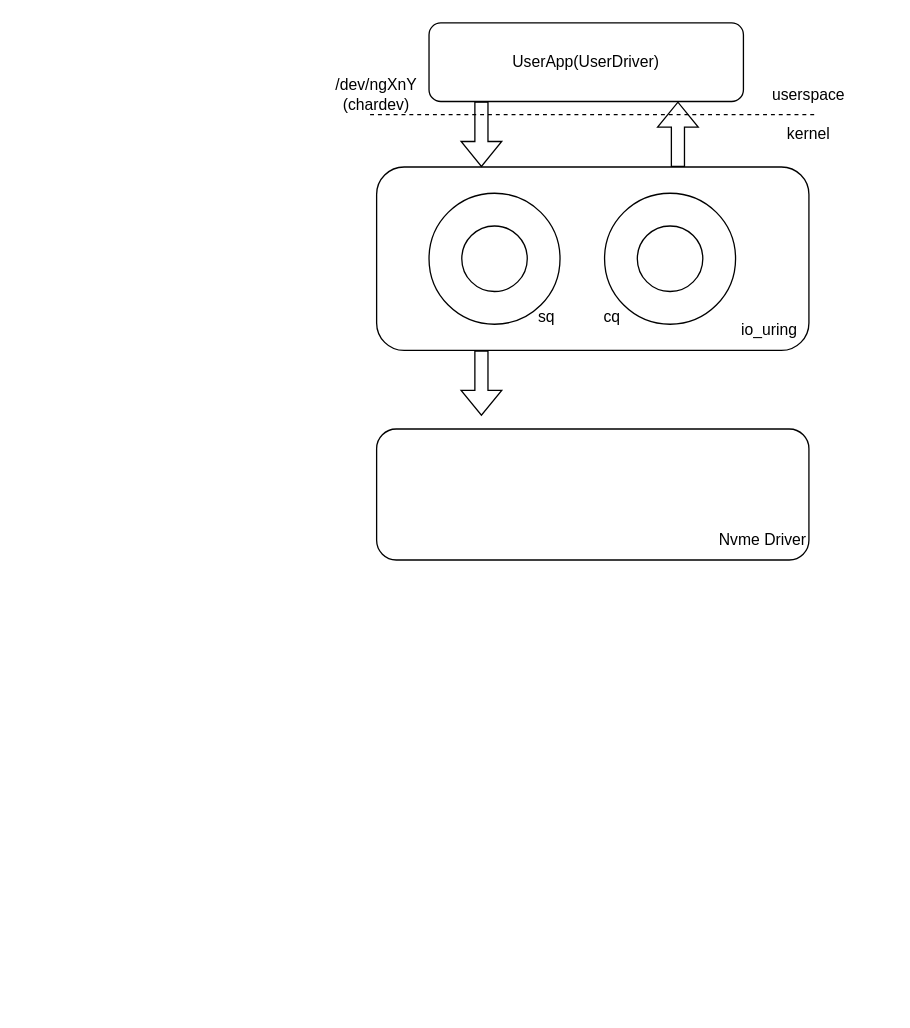
jdmfr/dormouse keeps this draw.io diagram as test1.drawio. Above is the earlier version. Source tidied: cells renumbered, new cells numbered last; positions are measured from the earlier drawing's top-left corner, leaving out a move shared by most shapes. Both pictures are drawn from the tidied source at 131%, with x=0, y=0 at pixel (337, 22).
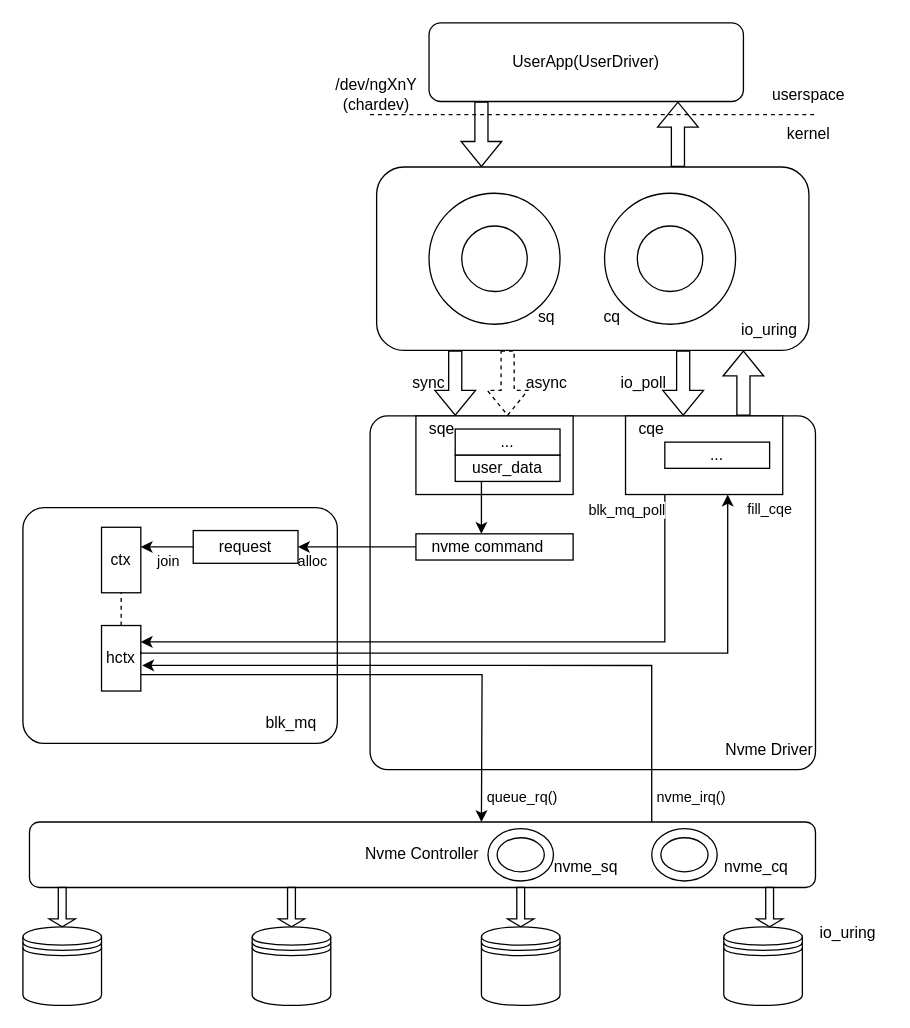
The same diagram, later.

The edit, as a diff of the source:
```diff
@@
     <mxCell id="15" style="shape=flexArrow;endArrow=classic;html=1;rounded=0;edgeStyle=orthogonalEdgeStyle;" parent="1" edge="1">
       <mxGeometry relative="1" as="geometry">
-        <mxPoint x="110" y="250" as="sourcePoint" />
-        <mxPoint x="110" y="300" as="targetPoint" />
+        <mxPoint x="90" y="250" as="sourcePoint" />
+        <mxPoint x="90" y="300" as="targetPoint" />
       </mxGeometry>
     </mxCell>
-    <mxCell id="16" style="rounded=1;whiteSpace=wrap;html=1;" parent="1" vertex="1">
-      <mxGeometry x="30" y="310" width="330" height="100" as="geometry" />
+    <mxCell id="16" style="rounded=1;whiteSpace=wrap;html=1;arcSize=5;" parent="1" vertex="1">
+      <mxGeometry x="25" y="300" width="340" height="270" as="geometry" />
     </mxCell>
     <mxCell id="17" value="Nvme Driver" style="text;html=1;strokeColor=none;fillColor=none;align=center;verticalAlign=middle;whiteSpace=wrap;rounded=0;" parent="1" vertex="1">
-      <mxGeometry x="290" y="380" width="70" height="30" as="geometry" />
+      <mxGeometry x="295" y="540" width="70" height="30" as="geometry" />
     </mxCell>
+    <mxCell id="18" style="shape=flexArrow;endArrow=classic;html=1;rounded=0;edgeStyle=orthogonalEdgeStyle;dashed=1;" parent="1" edge="1">
+      <mxGeometry relative="1" as="geometry">
+        <mxPoint x="130" y="250" as="sourcePoint" />
+        <mxPoint x="130" y="300" as="targetPoint" />
+      </mxGeometry>
+    </mxCell>
+    <mxCell id="19" value="sync" style="text;html=1;strokeColor=none;fillColor=none;align=center;verticalAlign=middle;whiteSpace=wrap;rounded=0;" parent="1" vertex="1">
+      <mxGeometry x="40" y="260" width="60" height="30" as="geometry" />
+    </mxCell>
+    <mxCell id="20" value="async" style="text;html=1;strokeColor=none;fillColor=none;align=center;verticalAlign=middle;whiteSpace=wrap;rounded=0;" parent="1" vertex="1">
+      <mxGeometry x="130" y="260" width="60" height="30" as="geometry" />
+    </mxCell>
+    <mxCell id="21" style="rounded=0;whiteSpace=wrap;html=1;" parent="1" vertex="1">
+      <mxGeometry x="60" y="300" width="120" height="60" as="geometry" />
+    </mxCell>
+    <mxCell id="22" value="sqe" style="text;html=1;strokeColor=none;fillColor=none;align=center;verticalAlign=middle;whiteSpace=wrap;rounded=0;" parent="1" vertex="1">
+      <mxGeometry x="60" y="300" width="40" height="20" as="geometry" />
+    </mxCell>
+    <mxCell id="23" value="..." style="rounded=0;whiteSpace=wrap;html=1;" parent="1" vertex="1">
+      <mxGeometry x="90" y="310" width="80" height="20" as="geometry" />
+    </mxCell>
+    <mxCell id="24" value="user_data" style="rounded=0;whiteSpace=wrap;html=1;" parent="1" vertex="1">
+      <mxGeometry x="90" y="330" width="80" height="20" as="geometry" />
+    </mxCell>
+    <mxCell id="25" style="endArrow=classic;html=1;rounded=0;edgeStyle=orthogonalEdgeStyle;exitX=0.25;exitY=1;exitDx=0;exitDy=0;" parent="1" edge="1" source="24">
+      <mxGeometry relative="1" as="geometry">
+        <mxPoint x="110" y="390" as="targetPoint" />
+      </mxGeometry>
+    </mxCell>
+    <mxCell id="26" style="rounded=0;whiteSpace=wrap;html=1;" parent="1" vertex="1">
+      <mxGeometry x="60" y="390" width="120" height="20" as="geometry" />
+    </mxCell>
+    <mxCell id="27" value="nvme command" style="text;html=1;strokeColor=none;fillColor=none;align=center;verticalAlign=middle;whiteSpace=wrap;rounded=0;" parent="1" vertex="1">
+      <mxGeometry x="70" y="390" width="90" height="20" as="geometry" />
+    </mxCell>
+    <mxCell id="28" style="rounded=1;whiteSpace=wrap;html=1;arcSize=9;" parent="1" vertex="1">
+      <mxGeometry x="-240" y="370" width="240" height="180" as="geometry" />
+    </mxCell>
+    <mxCell id="29" value="blk_mq" style="text;html=1;strokeColor=none;fillColor=none;align=center;verticalAlign=middle;whiteSpace=wrap;rounded=0;" parent="1" vertex="1">
+      <mxGeometry x="-70" y="520" width="70" height="30" as="geometry" />
+    </mxCell>
+    <mxCell id="30" style="endArrow=classic;html=1;rounded=0;edgeStyle=orthogonalEdgeStyle;exitX=0;exitY=0.5;exitDx=0;exitDy=0;entryX=1;entryY=0.5;entryDx=0;entryDy=0;" parent="1" edge="1" source="26" target="36">
+      <mxGeometry relative="1" as="geometry" />
+    </mxCell>
+    <mxCell id="31" value="alloc&lt;br&gt;" style="edgeLabel;html=1;align=center;verticalAlign=middle;" parent="30" vertex="1">
+      <mxGeometry x="0.04" relative="1" as="geometry">
+        <mxPoint x="-33" y="10" as="offset" />
+      </mxGeometry>
+    </mxCell>
+    <mxCell id="32" value="ctx" style="rounded=0;whiteSpace=wrap;html=1;" parent="1" vertex="1">
+      <mxGeometry x="-180" y="385" width="30" height="50" as="geometry" />
+    </mxCell>
+    <mxCell id="33" style="edgeStyle=orthogonalEdgeStyle;rounded=0;jettySize=auto;html=1;exitX=1;exitY=0.75;exitDx=0;exitDy=0;" parent="1" edge="1" source="35">
+      <mxGeometry relative="1" as="geometry">
+        <mxPoint x="110" y="610" as="targetPoint" />
+      </mxGeometry>
+    </mxCell>
+    <mxCell id="34" value="queue_rq()" style="edgeLabel;html=1;align=center;verticalAlign=middle;" parent="33" vertex="1">
+      <mxGeometry x="0.91" y="-2" relative="1" as="geometry">
+        <mxPoint x="32" y="-2" as="offset" />
+      </mxGeometry>
+    </mxCell>
+    <mxCell id="35" value="hctx" style="rounded=0;whiteSpace=wrap;html=1;" parent="1" vertex="1">
+      <mxGeometry x="-180" y="460" width="30" height="50" as="geometry" />
+    </mxCell>
+    <mxCell id="36" value="request" style="rounded=0;whiteSpace=wrap;html=1;" parent="1" vertex="1">
+      <mxGeometry x="-110" y="387.5" width="80" height="25" as="geometry" />
+    </mxCell>
+    <mxCell id="37" style="endArrow=classic;html=1;rounded=0;edgeStyle=orthogonalEdgeStyle;" parent="1" edge="1">
+      <mxGeometry relative="1" as="geometry">
+        <mxPoint x="-110" y="400" as="sourcePoint" />
+        <mxPoint x="-150" y="400" as="targetPoint" />
+      </mxGeometry>
+    </mxCell>
+    <mxCell id="38" value="join" style="edgeLabel;html=1;align=center;verticalAlign=middle;" parent="37" vertex="1">
+      <mxGeometry x="0.04" relative="1" as="geometry">
+        <mxPoint x="1" y="10" as="offset" />
+      </mxGeometry>
+    </mxCell>
+    <mxCell id="39" style="endArrow=none;dashed=1;html=1;rounded=0;edgeStyle=orthogonalEdgeStyle;exitX=0.5;exitY=0;exitDx=0;exitDy=0;entryX=0.5;entryY=1;entryDx=0;entryDy=0;" parent="1" edge="1" source="35" target="32">
+      <mxGeometry relative="1" as="geometry" />
+    </mxCell>
+    <mxCell id="40" value="Nvme Controller" style="rounded=1;whiteSpace=wrap;html=1;" parent="1" vertex="1">
+      <mxGeometry x="-235" y="610" width="600" height="50" as="geometry" />
+    </mxCell>
+    <mxCell id="41" style="shape=datastore;whiteSpace=wrap;html=1;" parent="1" vertex="1">
+      <mxGeometry x="-240" y="690" width="60" height="60" as="geometry" />
+    </mxCell>
+    <mxCell id="42" style="shape=datastore;whiteSpace=wrap;html=1;" parent="1" vertex="1">
+      <mxGeometry x="-65" y="690" width="60" height="60" as="geometry" />
+    </mxCell>
+    <mxCell id="43" style="shape=datastore;whiteSpace=wrap;html=1;" parent="1" vertex="1">
+      <mxGeometry x="110" y="690" width="60" height="60" as="geometry" />
+    </mxCell>
+    <mxCell id="44" style="shape=datastore;whiteSpace=wrap;html=1;" parent="1" vertex="1">
+      <mxGeometry x="295" y="690" width="60" height="60" as="geometry" />
+    </mxCell>
+    <mxCell id="45" style="shape=singleArrow;direction=south;whiteSpace=wrap;html=1;" parent="1" vertex="1">
+      <mxGeometry x="-220" y="660" width="20" height="30" as="geometry" />
+    </mxCell>
+    <mxCell id="46" style="shape=singleArrow;direction=south;whiteSpace=wrap;html=1;" parent="1" vertex="1">
+      <mxGeometry x="-45" y="660" width="20" height="30" as="geometry" />
+    </mxCell>
+    <mxCell id="47" style="shape=singleArrow;direction=south;whiteSpace=wrap;html=1;" parent="1" vertex="1">
+      <mxGeometry x="130" y="660" width="20" height="30" as="geometry" />
+    </mxCell>
+    <mxCell id="48" style="shape=singleArrow;direction=south;whiteSpace=wrap;html=1;" parent="1" vertex="1">
+      <mxGeometry x="320" y="660" width="20" height="30" as="geometry" />
+    </mxCell>
+    <mxCell id="49" value="io_uring" style="text;html=1;strokeColor=none;fillColor=none;align=center;verticalAlign=middle;whiteSpace=wrap;rounded=0;" parent="1" vertex="1">
+      <mxGeometry x="360" y="680" width="60" height="30" as="geometry" />
+    </mxCell>
+    <mxCell id="50" value="nvme_sq" style="text;html=1;strokeColor=none;fillColor=none;align=center;verticalAlign=middle;whiteSpace=wrap;rounded=0;" parent="1" vertex="1">
+      <mxGeometry x="160" y="630" width="60" height="30" as="geometry" />
+    </mxCell>
+    <mxCell id="51" value="nvme_cq" style="text;html=1;strokeColor=none;fillColor=none;align=center;verticalAlign=middle;whiteSpace=wrap;rounded=0;" parent="1" vertex="1">
+      <mxGeometry x="290" y="630" width="60" height="30" as="geometry" />
+    </mxCell>
+    <mxCell id="52" style="verticalLabelPosition=bottom;verticalAlign=top;html=1;shape=mxgraph.basic.donut;dx=7;" parent="1" vertex="1">
+      <mxGeometry x="115" y="615" width="50" height="40" as="geometry" />
+    </mxCell>
+    <mxCell id="53" style="verticalLabelPosition=bottom;verticalAlign=top;html=1;shape=mxgraph.basic.donut;dx=7;" parent="1" vertex="1">
+      <mxGeometry x="240" y="615" width="50" height="40" as="geometry" />
+    </mxCell>
+    <mxCell id="54" style="edgeStyle=orthogonalEdgeStyle;rounded=0;jettySize=auto;html=1;entryX=1.037;entryY=0.609;entryDx=0;entryDy=0;entryPerimeter=0;" parent="1" edge="1" target="35">
+      <mxGeometry relative="1" as="geometry">
+        <mxPoint x="240" y="610" as="sourcePoint" />
+        <Array as="points">
+          <mxPoint x="240" y="490" />
+          <mxPoint x="-149" y="490" />
+        </Array>
+      </mxGeometry>
+    </mxCell>
+    <mxCell id="55" value="nvme_irq()" style="edgeLabel;html=1;align=center;verticalAlign=middle;" parent="54" vertex="1">
+      <mxGeometry x="0.91" y="-2" relative="1" as="geometry">
+        <mxPoint x="396" y="102" as="offset" />
+      </mxGeometry>
+    </mxCell>
+    <mxCell id="56" style="shape=flexArrow;endArrow=classic;html=1;rounded=0;edgeStyle=orthogonalEdgeStyle;" parent="1" edge="1">
+      <mxGeometry relative="1" as="geometry">
+        <mxPoint x="264" y="250" as="sourcePoint" />
+        <mxPoint x="264" y="300" as="targetPoint" />
+      </mxGeometry>
+    </mxCell>
+    <mxCell id="57" value="io_poll" style="text;html=1;strokeColor=none;fillColor=none;align=center;verticalAlign=middle;whiteSpace=wrap;rounded=0;" parent="1" vertex="1">
+      <mxGeometry x="204" y="260" width="60" height="30" as="geometry" />
+    </mxCell>
+    <mxCell id="58" style="rounded=0;whiteSpace=wrap;html=1;" parent="1" vertex="1">
+      <mxGeometry x="220" y="300" width="120" height="60" as="geometry" />
+    </mxCell>
+    <mxCell id="59" value="cqe" style="text;html=1;strokeColor=none;fillColor=none;align=center;verticalAlign=middle;whiteSpace=wrap;rounded=0;" parent="1" vertex="1">
+      <mxGeometry x="220" y="300" width="40" height="20" as="geometry" />
+    </mxCell>
+    <mxCell id="60" style="shape=flexArrow;endArrow=classic;html=1;rounded=0;edgeStyle=orthogonalEdgeStyle;" parent="1" edge="1">
+      <mxGeometry relative="1" as="geometry">
+        <mxPoint x="310" y="300" as="sourcePoint" />
+        <mxPoint x="310" y="250" as="targetPoint" />
+      </mxGeometry>
+    </mxCell>
+    <mxCell id="61" style="endArrow=classic;html=1;rounded=0;edgeStyle=orthogonalEdgeStyle;exitX=0.25;exitY=1;exitDx=0;exitDy=0;entryX=1;entryY=0.25;entryDx=0;entryDy=0;" parent="1" edge="1" source="58" target="35">
+      <mxGeometry relative="1" as="geometry" />
+    </mxCell>
+    <mxCell id="62" value="blk_mq_poll" style="edgeLabel;html=1;align=center;verticalAlign=middle;" parent="61" vertex="1">
+      <mxGeometry x="-0.9" y="3" relative="1" as="geometry">
+        <mxPoint x="-33" y="-15" as="offset" />
+      </mxGeometry>
+    </mxCell>
+    <mxCell id="63" style="endArrow=classic;html=1;rounded=0;edgeStyle=orthogonalEdgeStyle;" parent="1" edge="1">
+      <mxGeometry relative="1" as="geometry">
+        <mxPoint x="-150" y="480" as="sourcePoint" />
+        <mxPoint x="298" y="360" as="targetPoint" />
+        <Array as="points">
+          <mxPoint x="-150" y="481" />
+          <mxPoint x="298" y="481" />
+        </Array>
+      </mxGeometry>
+    </mxCell>
+    <mxCell id="64" value="fill_cqe" style="edgeLabel;html=1;align=center;verticalAlign=middle;" parent="63" vertex="1">
+      <mxGeometry x="-0.9" y="3" relative="1" as="geometry">
+        <mxPoint x="452" y="-108" as="offset" />
+      </mxGeometry>
+    </mxCell>
+    <mxCell id="65" value="..." style="rounded=0;whiteSpace=wrap;html=1;" parent="1" vertex="1">
+      <mxGeometry x="250" y="320" width="80" height="20" as="geometry" />
+    </mxCell>
```
